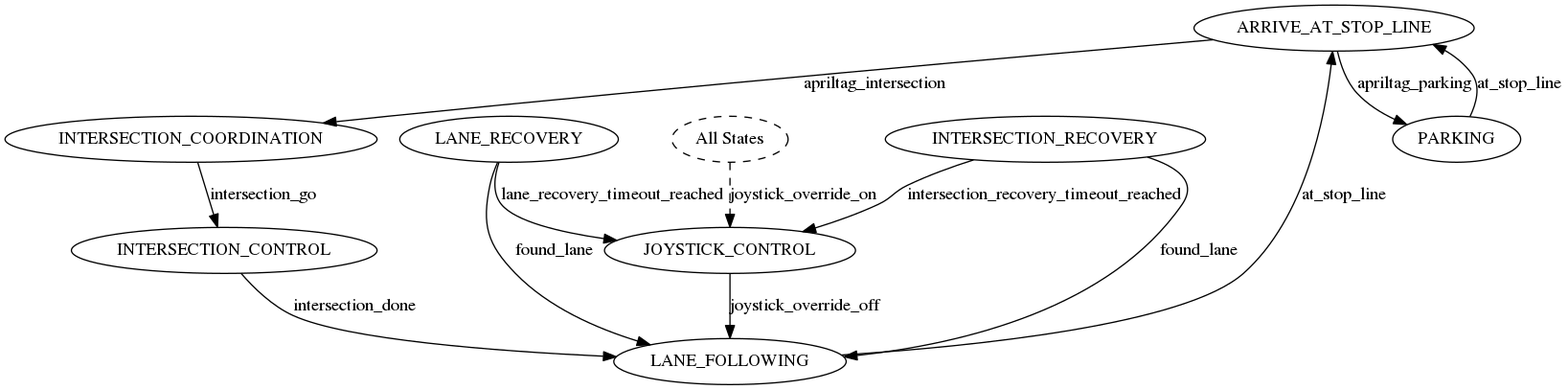
Above: catkin_ws/src/00-infrastructure/ros_diagram/fsm_default.png in spadma3/duck (Graphviz), before the change. Its source is kept beside it as catkin_ws/src/00-infrastructure/ros_diagram/fsm_default.dot. The source it was exported from:
```dot
digraph {
	ARRIVE_AT_STOP_LINE [label=ARRIVE_AT_STOP_LINE]
	INTERSECTION_CONTROL [label=INTERSECTION_CONTROL]
	INTERSECTION_COORDINATION [label=INTERSECTION_COORDINATION]
	LANE_RECOVERY [label=LANE_RECOVERY]
	JOYSTICK_CONTROL [label=JOYSTICK_CONTROL]
	INTERSECTION_RECOVERY [label=INTERSECTION_RECOVERY]
	PARKING [label=PARKING]
	LANE_FOLLOWING [label=LANE_FOLLOWING]
	ARRIVE_AT_STOP_LINE -> INTERSECTION_COORDINATION [label=apriltag_intersection]
	ARRIVE_AT_STOP_LINE -> PARKING [label=apriltag_parking]
	INTERSECTION_CONTROL -> LANE_FOLLOWING [label=intersection_done]
	INTERSECTION_COORDINATION -> INTERSECTION_CONTROL [label=intersection_go]
	LANE_RECOVERY -> JOYSTICK_CONTROL [label=lane_recovery_timeout_reached]
	LANE_RECOVERY -> LANE_FOLLOWING [label=found_lane]
	JOYSTICK_CONTROL -> LANE_FOLLOWING [label=joystick_override_off]
	INTERSECTION_RECOVERY -> JOYSTICK_CONTROL [label=intersection_recovery_timeout_reached]
	INTERSECTION_RECOVERY -> LANE_FOLLOWING [label=found_lane]
	PARKING -> ARRIVE_AT_STOP_LINE [label=at_stop_line]
	LANE_FOLLOWING -> ARRIVE_AT_STOP_LINE [label=at_stop_line]
	ALL_STATES [label="All States" style=dashed]
	ALL_STATES -> JOYSTICK_CONTROL [label=joystick_override_on concentrate=false style=dashed]
}
```
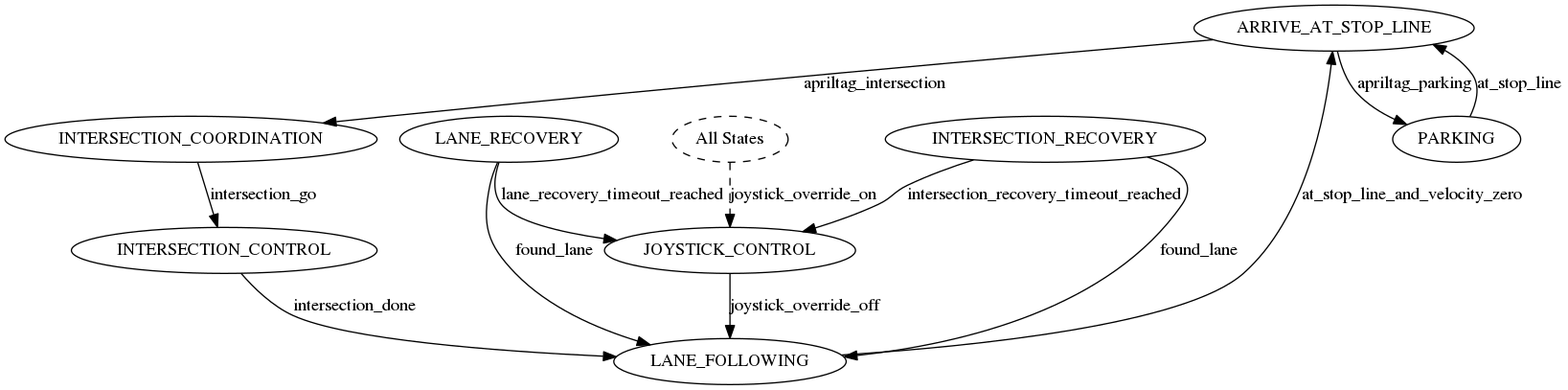
Later version of the same file.

Change to the diagram source:
```diff
@@ -17,7 +17,7 @@
 	INTERSECTION_RECOVERY -> JOYSTICK_CONTROL [label=intersection_recovery_timeout_reached]
 	INTERSECTION_RECOVERY -> LANE_FOLLOWING [label=found_lane]
 	PARKING -> ARRIVE_AT_STOP_LINE [label=at_stop_line]
-	LANE_FOLLOWING -> ARRIVE_AT_STOP_LINE [label=at_stop_line]
+	LANE_FOLLOWING -> ARRIVE_AT_STOP_LINE [label=at_stop_line_and_velocity_zero]
 	ALL_STATES [label="All States" style=dashed]
 	ALL_STATES -> JOYSTICK_CONTROL [label=joystick_override_on concentrate=false style=dashed]
 }
```
